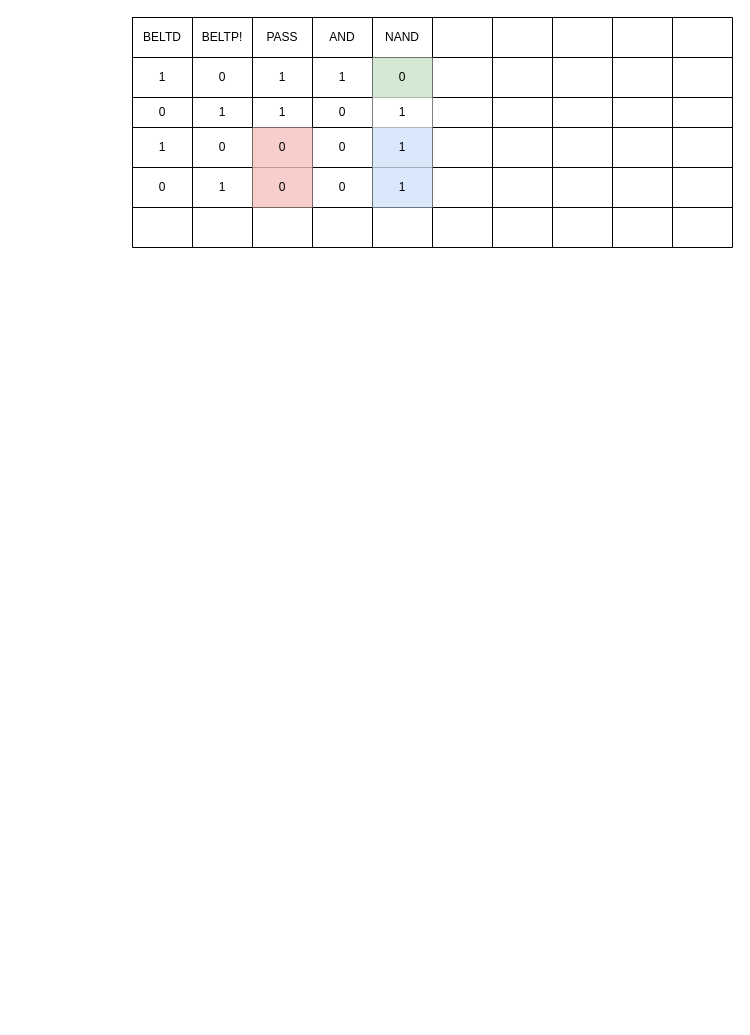
This is plan.drawio from Philip-na/matha, a draw.io file, before an edit. Source tidied: cells renumbered, new cells numbered last; positions are measured from the earlier drawing's top-left corner, leaving out a move shared by most shapes. Both pictures are drawn from the tidied source at 100%, with x=0, y=0 at pixel (132, 17).
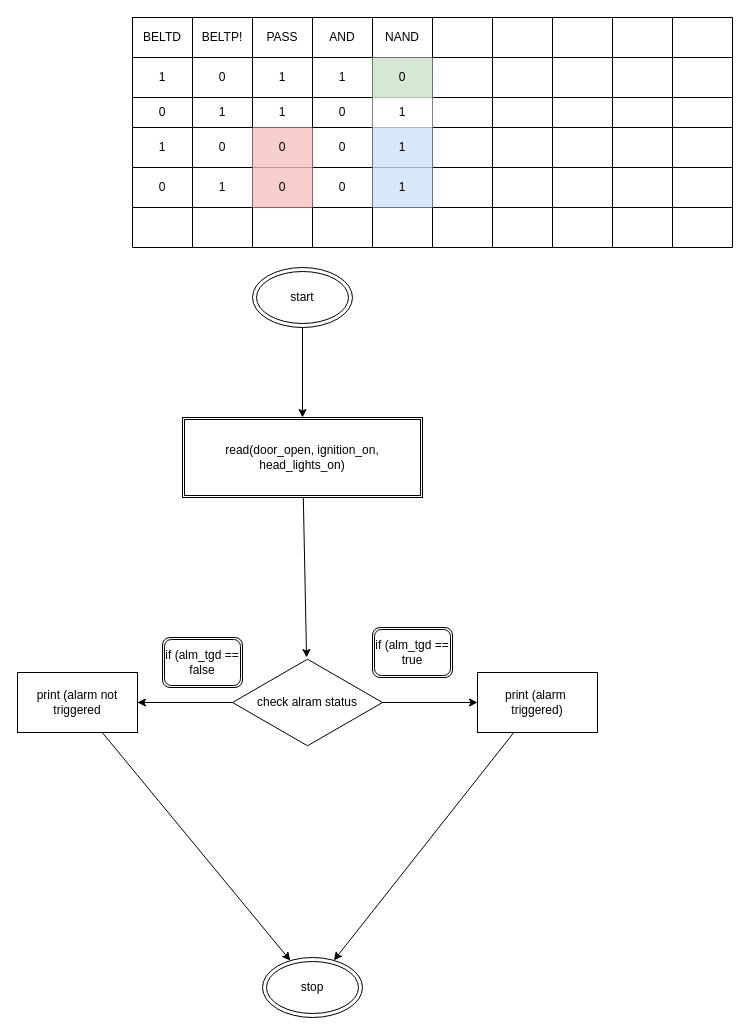
After the change.

What changed in the source:
```diff
@@
+    <mxCell id="69" style="edgeStyle=none;html=1;entryX=0.5;entryY=0;entryDx=0;entryDy=0;" parent="1" edge="1" source="70" target="72">
+      <mxGeometry relative="1" as="geometry" />
+    </mxCell>
+    <mxCell id="70" value="start" style="ellipse;shape=doubleEllipse;whiteSpace=wrap;html=1;" parent="1" vertex="1">
+      <mxGeometry x="120" y="250" width="100" height="60" as="geometry" />
+    </mxCell>
+    <mxCell id="71" style="edgeStyle=none;html=1;" parent="1" edge="1" source="72" target="76">
+      <mxGeometry relative="1" as="geometry" />
+    </mxCell>
+    <mxCell id="72" value="read(door_open, ignition_on, head_lights_on)" style="shape=ext;double=1;rounded=0;whiteSpace=wrap;html=1;" parent="1" vertex="1">
+      <mxGeometry x="50" y="400" width="240" height="80" as="geometry" />
+    </mxCell>
+    <mxCell id="73" style="edgeStyle=none;html=1;" parent="1" edge="1" source="76">
+      <mxGeometry relative="1" as="geometry">
+        <mxPoint x="-10" y="685" as="targetPoint" />
+      </mxGeometry>
+    </mxCell>
+    <mxCell id="74" style="edgeStyle=none;html=1;" parent="1" edge="1" source="76" target="79">
+      <mxGeometry relative="1" as="geometry" />
+    </mxCell>
+    <mxCell id="75" style="edgeStyle=none;html=1;" parent="1" edge="1" source="76" target="81">
+      <mxGeometry relative="1" as="geometry" />
+    </mxCell>
+    <mxCell id="76" value="check alram status" style="html=1;whiteSpace=wrap;shape=isoRectangle;" parent="1" vertex="1">
+      <mxGeometry x="100" y="640" width="150" height="90" as="geometry" />
+    </mxCell>
+    <mxCell id="77" value="stop" style="ellipse;shape=doubleEllipse;whiteSpace=wrap;html=1;" parent="1" vertex="1">
+      <mxGeometry x="130" y="940" width="100" height="60" as="geometry" />
+    </mxCell>
+    <mxCell id="78" style="edgeStyle=none;html=1;" parent="1" edge="1" source="79" target="77">
+      <mxGeometry relative="1" as="geometry" />
+    </mxCell>
+    <mxCell id="79" value="&lt;span style=&quot;color: rgb(0, 0, 0);&quot;&gt;print (alarm&amp;nbsp; triggered)&lt;/span&gt;" style="whiteSpace=wrap;html=1;" parent="1" vertex="1">
+      <mxGeometry x="345" y="655" width="120" height="60" as="geometry" />
+    </mxCell>
+    <mxCell id="80" style="edgeStyle=none;html=1;" parent="1" edge="1" source="81" target="77">
+      <mxGeometry relative="1" as="geometry" />
+    </mxCell>
+    <mxCell id="81" value="print (alarm not triggered" style="whiteSpace=wrap;html=1;" parent="1" vertex="1">
+      <mxGeometry x="-115" y="655" width="120" height="60" as="geometry" />
+    </mxCell>
+    <mxCell id="82" value="&lt;span style=&quot;color: rgb(0, 0, 0);&quot;&gt;if (alm_tgd == false&lt;/span&gt;" style="shape=ext;double=1;rounded=1;whiteSpace=wrap;html=1;" parent="1" vertex="1">
+      <mxGeometry x="30" y="620" width="80" height="50" as="geometry" />
+    </mxCell>
+    <mxCell id="83" value="&lt;span style=&quot;color: rgb(0, 0, 0);&quot;&gt;if (alm_tgd == true&lt;/span&gt;" style="shape=ext;double=1;rounded=1;whiteSpace=wrap;html=1;" parent="1" vertex="1">
+      <mxGeometry x="240" y="610" width="80" height="50" as="geometry" />
+    </mxCell>
```
